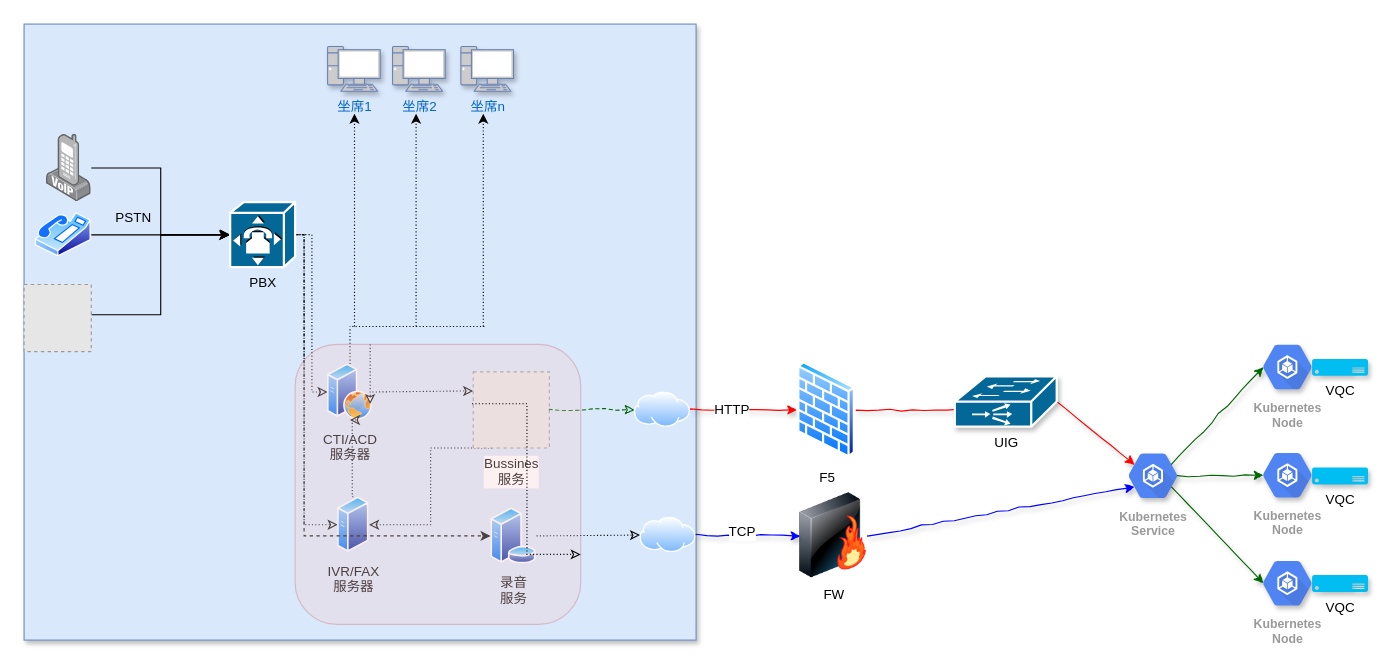
The draw.io diagram 语音质检流程.drawio in gumuqi/draw.io, before the edit. Source tidied: cells renumbered, new cells numbered last; positions are measured from the earlier drawing's top-left corner, leaving out a move shared by most shapes. Both pictures are drawn from the tidied source at 112%, with x=0, y=0 at pixel (24, 24). Pictures stored in the file or linked from it are replaced by grey dashed boxes.
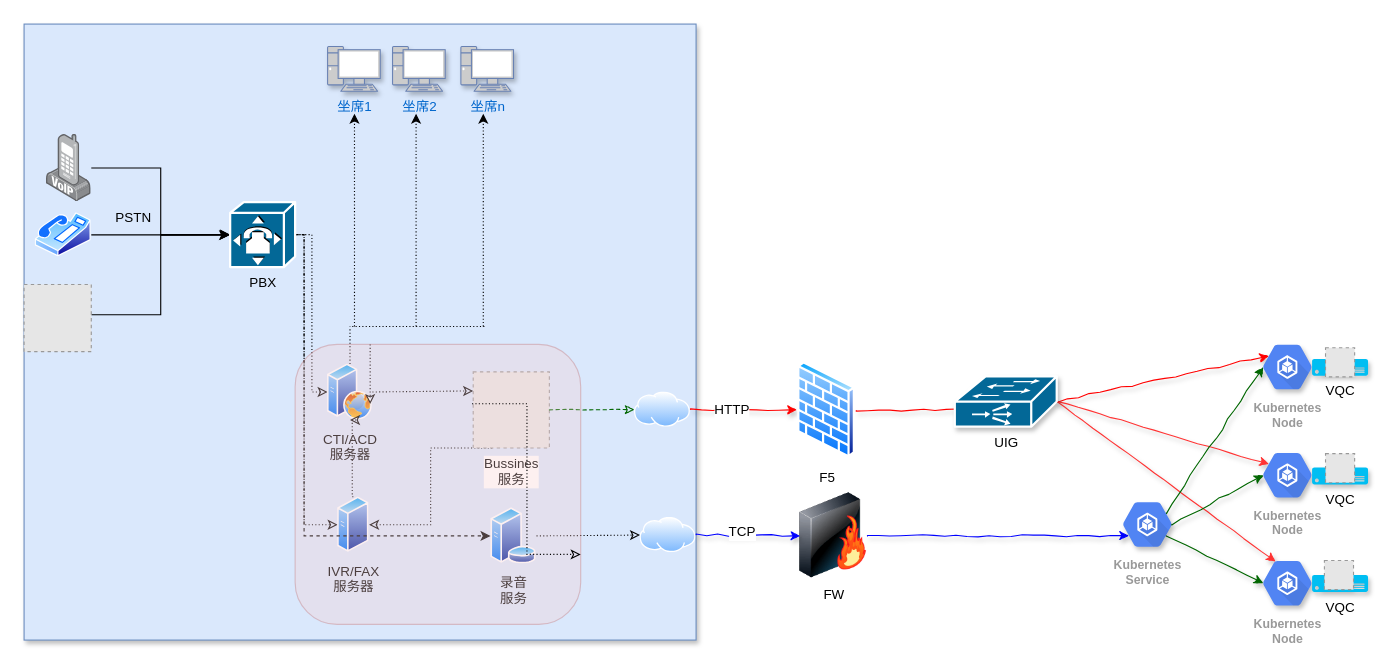
The same diagram, later.

Commit message:
更新语音质检流程.drawio

Unchanged cells that the change refers to:
```xml
<mxCell id="42" value="UIG" style="shape=mxgraph.cisco.misc.ios_slb;html=1;dashed=0;fillColor=#036897;strokeColor=#ffffff;strokeWidth=2;verticalLabelPosition=bottom;verticalAlign=top;shadow=1;labelBackgroundColor=none;" parent="1" vertex="1">
  <mxGeometry x="831" y="314.5" width="91" height="45" as="geometry" />
</mxCell>
<mxCell id="47" value="Kubernetes&lt;br&gt;Node" style="html=1;fillColor=#5184F3;strokeColor=none;verticalAlign=top;labelPosition=center;verticalLabelPosition=bottom;align=center;spacingTop=-6;fontSize=11;fontStyle=1;fontColor=#999999;shape=mxgraph.gcp2.hexIcon;prIcon=container_engine;shadow=1;labelBackgroundColor=none;" parent="1" vertex="1">
  <mxGeometry x="1095" y="277" width="66" height="58.5" as="geometry" />
</mxCell>
<mxCell id="48" value="Kubernetes&lt;br&gt;Node" style="html=1;fillColor=#5184F3;strokeColor=none;verticalAlign=top;labelPosition=center;verticalLabelPosition=bottom;align=center;spacingTop=-6;fontSize=11;fontStyle=1;fontColor=#999999;shape=mxgraph.gcp2.hexIcon;prIcon=container_engine;shadow=1;labelBackgroundColor=none;" parent="1" vertex="1">
  <mxGeometry x="1095" y="373.5" width="66" height="58.5" as="geometry" />
</mxCell>
<mxCell id="49" value="Kubernetes&lt;br&gt;Node" style="html=1;fillColor=#5184F3;strokeColor=none;verticalAlign=top;labelPosition=center;verticalLabelPosition=bottom;align=center;spacingTop=-6;fontSize=11;fontStyle=1;fontColor=#999999;shape=mxgraph.gcp2.hexIcon;prIcon=container_engine;shadow=1;labelBackgroundColor=none;" parent="1" vertex="1">
  <mxGeometry x="1095" y="470" width="66" height="58.5" as="geometry" />
</mxCell>
```

Diff of the diagram source:
```diff
@@
-    <mxCell id="41" style="edgeStyle=none;rounded=1;jettySize=auto;html=1;exitX=1;exitY=0.5;exitDx=0;exitDy=0;exitPerimeter=0;entryX=0.25;entryY=0.33;entryDx=0;entryDy=0;entryPerimeter=0;shadow=1;endArrow=classic;endFill=1;comic=1;fixDash=1;snapToPoint=1;strokeColor=#FF0000;" parent="1" edge="1" source="42" target="46">
+    <mxCell id="41" style="edgeStyle=none;rounded=1;jettySize=auto;html=1;exitX=1;exitY=0.5;exitDx=0;exitDy=0;exitPerimeter=0;entryX=0.25;entryY=0.33;entryDx=0;entryDy=0;entryPerimeter=0;shadow=1;endArrow=classic;endFill=1;comic=1;fixDash=1;snapToPoint=1;strokeColor=#FF0000;" parent="1" edge="1" source="42" target="47">
       <mxGeometry relative="1" as="geometry" />
     </mxCell>
+    <mxCell id="56" style="rounded=0;jettySize=auto;html=1;exitX=1;exitY=0.5;exitDx=0;exitDy=0;exitPerimeter=0;entryX=0.25;entryY=0.33;entryDx=0;entryDy=0;entryPerimeter=0;strokeColor=#FF3333;comic=1;shadow=1;" parent="1" edge="1" source="42" target="48">
+      <mxGeometry relative="1" as="geometry" />
+    </mxCell>
+    <mxCell id="57" style="edgeStyle=none;rounded=0;jettySize=auto;html=1;exitX=1;exitY=0.5;exitDx=0;exitDy=0;exitPerimeter=0;entryX=0.34;entryY=0.17;entryDx=0;entryDy=0;entryPerimeter=0;strokeColor=#FF3333;comic=1;shadow=1;" parent="1" edge="1" source="42" target="49">
+      <mxGeometry relative="1" as="geometry" />
+    </mxCell>
@@
     <mxCell id="46" value="Kubernetes&lt;br&gt;Service" style="html=1;fillColor=#5184F3;strokeColor=none;verticalAlign=top;labelPosition=center;verticalLabelPosition=bottom;align=center;spacingTop=-6;fontSize=11;fontStyle=1;fontColor=#999999;shape=mxgraph.gcp2.hexIcon;prIcon=container_engine;shadow=1;labelBackgroundColor=none;" parent="1" vertex="1">
-      <mxGeometry x="975" y="374" width="66" height="58.5" as="geometry" />
+      <mxGeometry x="970" y="417.5" width="66" height="58.5" as="geometry" />
     </mxCell>
@@
+    <mxCell id="58" style="fillColor=#E6E6E6;strokeColor=#999999;dashed=1;verticalLabelPosition=bottom;verticalAlign=top;" parent="1" vertex="1">
+      <mxGeometry x="1162" y="289" width="26" height="26" as="geometry" />
+    </mxCell>
+    <mxCell id="59" style="fillColor=#E6E6E6;strokeColor=#999999;dashed=1;verticalLabelPosition=bottom;verticalAlign=top;" parent="1" vertex="1">
+      <mxGeometry x="1162" y="383.5" width="26" height="26" as="geometry" />
+    </mxCell>
+    <mxCell id="60" style="fillColor=#E6E6E6;strokeColor=#999999;dashed=1;verticalLabelPosition=bottom;verticalAlign=top;" parent="1" vertex="1">
+      <mxGeometry x="1161" y="479" width="26" height="26" as="geometry" />
+    </mxCell>
```
